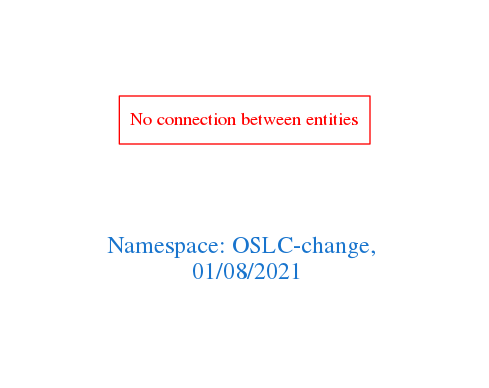
Above: downloads/OSLC-change.png in arago/OGIT (Graphviz), before the change. Its source is kept beside it as downloads/OSLC-change.dot.
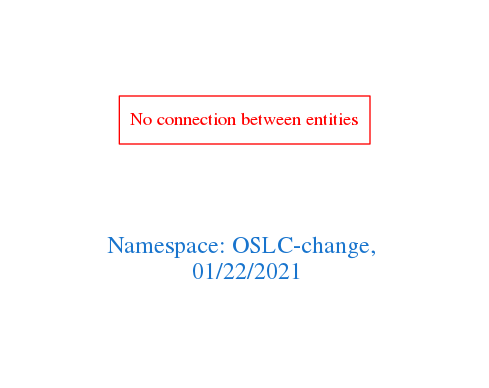
After the commit.

What changed in the source:
```diff
@@ -1,7 +1,7 @@
 digraph OGIT_ontology {
  graph [ rankdir= LR,pad=1
 fontsize = 18,
-fontcolor= dodgerblue3,label = "\n\n\nNamespace: OSLC-change, \n 01/08/2021"];
+fontcolor= dodgerblue3,label = "\n\n\nNamespace: OSLC-change, \n 01/22/2021"];
 node[shape=polygon];
 edge [  color="gray81"];
 
```
